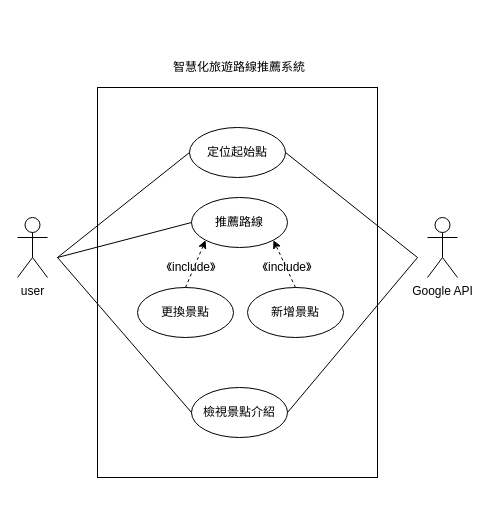
Niomoo/PeteBudaeJjigae keeps this draw.io diagram as page "UseCase" (1 of 6) of UseCaseDiagram.drawio. Above is the earlier version. Source tidied: cells renumbered, new cells numbered last; positions are measured from the earlier drawing's top-left corner, leaving out a move shared by most shapes. Both pictures are drawn from the tidied source at 100%, with x=0, y=0 at pixel (17, 57).
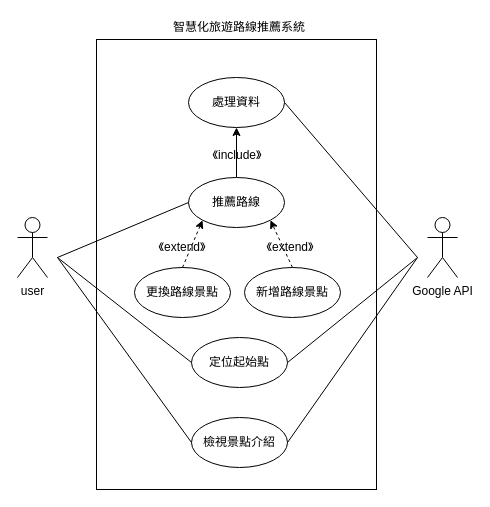
The same page after the edit.

What changed in the source:
```diff
@@
     <mxCell id="2" style="rounded=0;whiteSpace=wrap;html=1;" parent="1" vertex="1">
-      <mxGeometry x="80" y="30" width="280" height="390" as="geometry" />
+      <mxGeometry x="79" y="-18" width="280" height="450" as="geometry" />
     </mxCell>
     <mxCell id="3" value="定位起始點" style="ellipse;whiteSpace=wrap;html=1;" parent="1" vertex="1">
-      <mxGeometry x="172" y="70" width="96" height="50" as="geometry" />
+      <mxGeometry x="174" y="280" width="96" height="50" as="geometry" />
     </mxCell>
+    <mxCell id="20" style="edgeStyle=orthogonalEdgeStyle;rounded=0;jettySize=auto;html=1;exitX=0.5;exitY=0;exitDx=0;exitDy=0;entryX=0.5;entryY=1;entryDx=0;entryDy=0;" parent="1" edge="1" source="4" target="21">
+      <mxGeometry relative="1" as="geometry" />
+    </mxCell>
     <mxCell id="4" value="推薦路線" style="ellipse;whiteSpace=wrap;html=1;" parent="1" vertex="1">
-      <mxGeometry x="174" y="140" width="96" height="50" as="geometry" />
+      <mxGeometry x="171" y="120" width="96" height="50" as="geometry" />
     </mxCell>
@@
-    <mxCell id="7" value="新增景點" style="ellipse;whiteSpace=wrap;html=1;" parent="1" vertex="1">
-      <mxGeometry x="230" y="230" width="96" height="50" as="geometry" />
+    <mxCell id="7" value="新增路線景點" style="ellipse;whiteSpace=wrap;html=1;" parent="1" vertex="1">
+      <mxGeometry x="227" y="210" width="96" height="50" as="geometry" />
     </mxCell>
-    <mxCell id="8" value="更換景點" style="ellipse;whiteSpace=wrap;html=1;" parent="1" vertex="1">
-      <mxGeometry x="120" y="230" width="96" height="50" as="geometry" />
+    <mxCell id="8" value="更換路線景點" style="ellipse;whiteSpace=wrap;html=1;" parent="1" vertex="1">
+      <mxGeometry x="117" y="210" width="96" height="50" as="geometry" />
     </mxCell>
@@
-    <mxCell id="11" value="《include》" style="text;html=1;strokeColor=none;fillColor=none;align=center;verticalAlign=middle;whiteSpace=wrap;rounded=0;" parent="1" vertex="1">
-      <mxGeometry x="154" y="200" width="40" height="20" as="geometry" />
+    <mxCell id="11" value="《extend》" style="text;html=1;strokeColor=none;fillColor=none;align=center;verticalAlign=middle;whiteSpace=wrap;rounded=0;" parent="1" vertex="1">
+      <mxGeometry x="145" y="180" width="40" height="20" as="geometry" />
     </mxCell>
-    <mxCell id="12" value="《include》" style="text;html=1;strokeColor=none;fillColor=none;align=center;verticalAlign=middle;whiteSpace=wrap;rounded=0;" parent="1" vertex="1">
-      <mxGeometry x="250" y="200" width="40" height="20" as="geometry" />
-    </mxCell>
-    <mxCell id="13" style="endArrow=none;html=1;entryX=0;entryY=0.5;entryDx=0;entryDy=0;" parent="1" edge="1" target="3">
-      <mxGeometry relative="1" as="geometry">
-        <mxPoint x="40" y="200" as="sourcePoint" />
-      </mxGeometry>
-    </mxCell>
-    <mxCell id="14" style="endArrow=none;html=1;entryX=0;entryY=0.5;entryDx=0;entryDy=0;" parent="1" edge="1" target="4">
-      <mxGeometry relative="1" as="geometry">
-        <mxPoint x="40" y="200" as="sourcePoint" />
-      </mxGeometry>
-    </mxCell>
-    <mxCell id="15" style="endArrow=none;html=1;entryX=1;entryY=0.5;entryDx=0;entryDy=0;" parent="1" edge="1" target="3">
-      <mxGeometry relative="1" as="geometry">
-        <mxPoint x="400" y="200" as="sourcePoint" />
-      </mxGeometry>
-    </mxCell>
     <mxCell id="16" value="檢視景點介紹" style="ellipse;whiteSpace=wrap;html=1;" parent="1" vertex="1">
-      <mxGeometry x="174" y="330" width="96" height="50" as="geometry" />
+      <mxGeometry x="174" y="360" width="96" height="50" as="geometry" />
     </mxCell>
@@
-    <mxCell id="18" style="endArrow=none;html=1;exitX=1;exitY=0.5;exitDx=0;exitDy=0;" parent="1" edge="1" source="16">
-      <mxGeometry relative="1" as="geometry">
-        <mxPoint x="400" y="200" as="targetPoint" />
-      </mxGeometry>
-    </mxCell>
     <mxCell id="19" value="智慧化旅遊路線推薦系統" style="text;html=1;strokeColor=none;fillColor=none;align=center;verticalAlign=middle;whiteSpace=wrap;rounded=0;" parent="1" vertex="1">
-      <mxGeometry x="151" width="142" height="20" as="geometry" />
+      <mxGeometry x="151" y="-40" width="142" height="20" as="geometry" />
     </mxCell>
+    <mxCell id="21" value="處理資料" style="ellipse;whiteSpace=wrap;html=1;" parent="1" vertex="1">
+      <mxGeometry x="171" y="20" width="96" height="50" as="geometry" />
+    </mxCell>
+    <mxCell id="22" value="《extend》" style="text;html=1;strokeColor=none;fillColor=none;align=center;verticalAlign=middle;whiteSpace=wrap;rounded=0;" parent="1" vertex="1">
+      <mxGeometry x="253" y="180" width="40" height="20" as="geometry" />
+    </mxCell>
+    <mxCell id="12" value="《include》" style="text;html=1;strokeColor=none;fillColor=none;align=center;verticalAlign=middle;whiteSpace=wrap;rounded=0;" parent="1" vertex="1">
+      <mxGeometry x="200" y="88" width="40" height="20" as="geometry" />
+    </mxCell>
+    <mxCell id="23" style="endArrow=none;html=1;exitX=0;exitY=0.5;exitDx=0;exitDy=0;" parent="1" edge="1" source="3">
+      <mxGeometry relative="1" as="geometry">
+        <mxPoint x="40" y="200" as="targetPoint" />
+      </mxGeometry>
+    </mxCell>
+    <mxCell id="24" style="endArrow=none;html=1;exitX=0;exitY=0.5;exitDx=0;exitDy=0;" parent="1" edge="1" source="4">
+      <mxGeometry relative="1" as="geometry">
+        <mxPoint x="40" y="200" as="targetPoint" />
+      </mxGeometry>
+    </mxCell>
+    <mxCell id="25" style="endArrow=none;html=1;exitX=1;exitY=0.5;exitDx=0;exitDy=0;" parent="1" edge="1" source="21">
+      <mxGeometry relative="1" as="geometry">
+        <mxPoint x="400" y="200" as="targetPoint" />
+      </mxGeometry>
+    </mxCell>
+    <mxCell id="26" style="endArrow=none;html=1;entryX=1;entryY=0.5;entryDx=0;entryDy=0;" parent="1" edge="1" target="3">
+      <mxGeometry relative="1" as="geometry">
+        <mxPoint x="400" y="200" as="sourcePoint" />
+      </mxGeometry>
+    </mxCell>
+    <mxCell id="27" style="endArrow=none;html=1;exitX=1;exitY=0.5;exitDx=0;exitDy=0;" parent="1" edge="1" source="16">
+      <mxGeometry relative="1" as="geometry">
+        <mxPoint x="400" y="200" as="targetPoint" />
+      </mxGeometry>
+    </mxCell>
```
